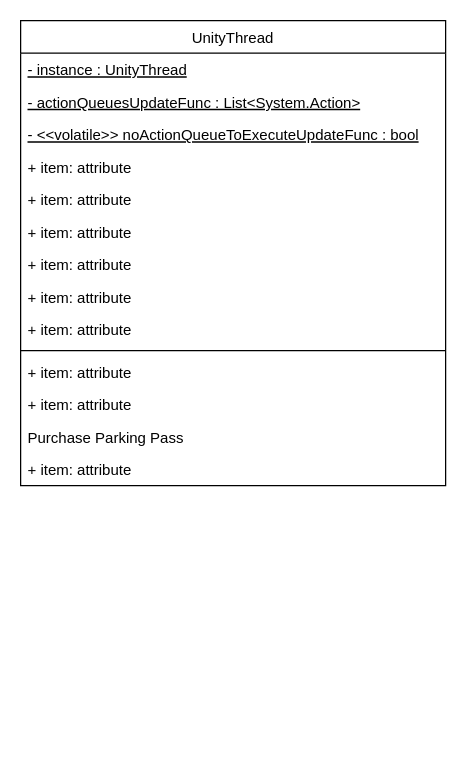
This is Documentation/Diagrams/DrawIo/UnityGeckoView.drawio from xrchisense/xrevent-broadcaster-unity, a draw.io file, before an edit. Source tidied: cells renumbered, new cells numbered last; positions are measured from the earlier drawing's top-left corner, leaving out a move shared by most shapes. Both pictures are drawn from the tidied source at 125%, with x=0, y=0 at pixel (20, 20).
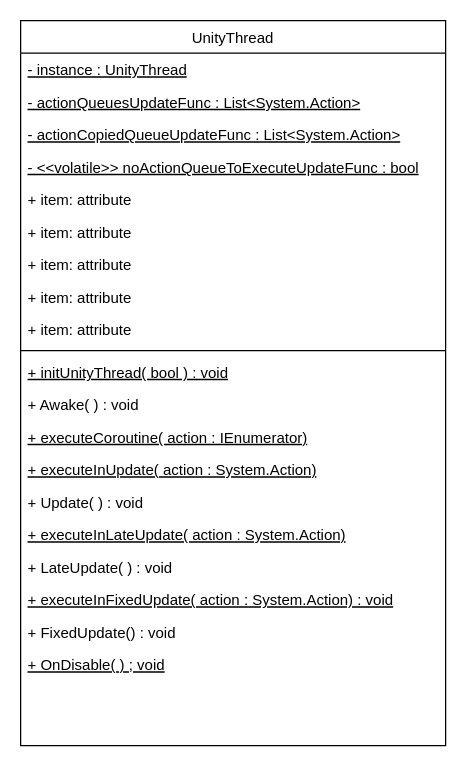
The same page after the edit.

Change to the diagram source:
```diff
@@
     <mxCell id="2" value="UnityThread" style="swimlane;fontStyle=0;align=center;verticalAlign=top;horizontal=1;startSize=26;rounded=0;shadow=0;strokeWidth=1;" parent="1" vertex="1">
-      <mxGeometry width="340" height="372" as="geometry" />
+      <mxGeometry width="340" height="580" as="geometry" />
     </mxCell>
@@
+    <mxCell id="6" value="- actionCopiedQueueUpdateFunc : List&lt;System.Action&gt;" style="text;strokeColor=none;fillColor=none;align=left;verticalAlign=top;spacingLeft=4;spacingRight=4;overflow=hidden;fontStyle=4;" parent="2" vertex="1">
+      <mxGeometry y="78" width="340" height="26" as="geometry" />
+    </mxCell>
     <mxCell id="5" value="- &lt;&lt;volatile&gt;&gt; noActionQueueToExecuteUpdateFunc : bool" style="text;align=left;verticalAlign=top;spacingLeft=4;spacingRight=4;overflow=hidden;rounded=0;shadow=0;html=0;fontStyle=4;" parent="2" vertex="1">
-      <mxGeometry y="78" width="340" height="26" as="geometry" />
+      <mxGeometry y="104" width="340" height="26" as="geometry" />
     </mxCell>
-    <mxCell id="6" value="+ item: attribute" style="text;strokeColor=none;fillColor=none;align=left;verticalAlign=top;spacingLeft=4;spacingRight=4;overflow=hidden;" parent="2" vertex="1">
-      <mxGeometry y="104" width="340" height="26" as="geometry" />
-    </mxCell>
@@
-    <mxCell id="13" value="+ item: attribute" style="text;strokeColor=none;fillColor=none;align=left;verticalAlign=top;spacingLeft=4;spacingRight=4;overflow=hidden;" parent="2" vertex="1">
+    <mxCell id="13" value="+ initUnityThread( bool ) : void" style="text;strokeColor=none;fillColor=none;align=left;verticalAlign=top;spacingLeft=4;spacingRight=4;overflow=hidden;fontStyle=4;" parent="2" vertex="1">
       <mxGeometry y="268" width="340" height="26" as="geometry" />
     </mxCell>
-    <mxCell id="14" value="+ item: attribute" style="text;strokeColor=none;fillColor=none;align=left;verticalAlign=top;spacingLeft=4;spacingRight=4;overflow=hidden;" parent="2" vertex="1">
+    <mxCell id="14" value="+ Awake( ) : void" style="text;strokeColor=none;fillColor=none;align=left;verticalAlign=top;spacingLeft=4;spacingRight=4;overflow=hidden;" parent="2" vertex="1">
       <mxGeometry y="294" width="340" height="26" as="geometry" />
     </mxCell>
-    <mxCell id="15" value="Purchase Parking Pass" style="text;align=left;verticalAlign=top;spacingLeft=4;spacingRight=4;overflow=hidden;" parent="2" vertex="1">
+    <mxCell id="15" value="+ executeCoroutine( action : IEnumerator)" style="text;align=left;verticalAlign=top;spacingLeft=4;spacingRight=4;overflow=hidden;fontStyle=4;" parent="2" vertex="1">
       <mxGeometry y="320" width="340" height="26" as="geometry" />
     </mxCell>
+    <mxCell id="17" value="+ executeInUpdate( action : System.Action)" style="text;strokeColor=none;fillColor=none;align=left;verticalAlign=top;spacingLeft=4;spacingRight=4;overflow=hidden;fontStyle=4;" parent="2" vertex="1">
+      <mxGeometry y="346" width="340" height="26" as="geometry" />
+    </mxCell>
+    <mxCell id="18" value="+ Update( ) : void" style="text;strokeColor=none;fillColor=none;align=left;verticalAlign=top;spacingLeft=4;spacingRight=4;overflow=hidden;" parent="2" vertex="1">
+      <mxGeometry y="372" width="340" height="26" as="geometry" />
+    </mxCell>
+    <mxCell id="19" value="+ executeInLateUpdate( action : System.Action)" style="text;strokeColor=none;fillColor=none;align=left;verticalAlign=top;spacingLeft=4;spacingRight=4;overflow=hidden;fontStyle=4;" parent="2" vertex="1">
+      <mxGeometry y="398" width="340" height="26" as="geometry" />
+    </mxCell>
+    <mxCell id="20" value="+ LateUpdate( ) : void" style="text;strokeColor=none;fillColor=none;align=left;verticalAlign=top;spacingLeft=4;spacingRight=4;overflow=hidden;" parent="2" vertex="1">
+      <mxGeometry y="424" width="340" height="26" as="geometry" />
+    </mxCell>
+    <mxCell id="21" value="+ executeInFixedUpdate( action : System.Action) : void" style="text;strokeColor=none;fillColor=none;align=left;verticalAlign=top;spacingLeft=4;spacingRight=4;overflow=hidden;fontStyle=4;" parent="2" vertex="1">
+      <mxGeometry y="450" width="340" height="26" as="geometry" />
+    </mxCell>
+    <mxCell id="22" value="+ FixedUpdate() : void" style="text;strokeColor=none;fillColor=none;align=left;verticalAlign=top;spacingLeft=4;spacingRight=4;overflow=hidden;" parent="2" vertex="1">
+      <mxGeometry y="476" width="340" height="26" as="geometry" />
+    </mxCell>
-    <mxCell id="16" value="+ item: attribute" style="text;strokeColor=none;fillColor=none;align=left;verticalAlign=top;spacingLeft=4;spacingRight=4;overflow=hidden;" parent="2" vertex="1">
-      <mxGeometry y="346" width="340" height="26" as="geometry" />
+    <mxCell id="16" value="+ OnDisable( ) ; void" style="text;strokeColor=none;fillColor=none;align=left;verticalAlign=top;spacingLeft=4;spacingRight=4;overflow=hidden;fontStyle=4;" parent="2" vertex="1">
+      <mxGeometry y="502" width="340" height="26" as="geometry" />
     </mxCell>
```
